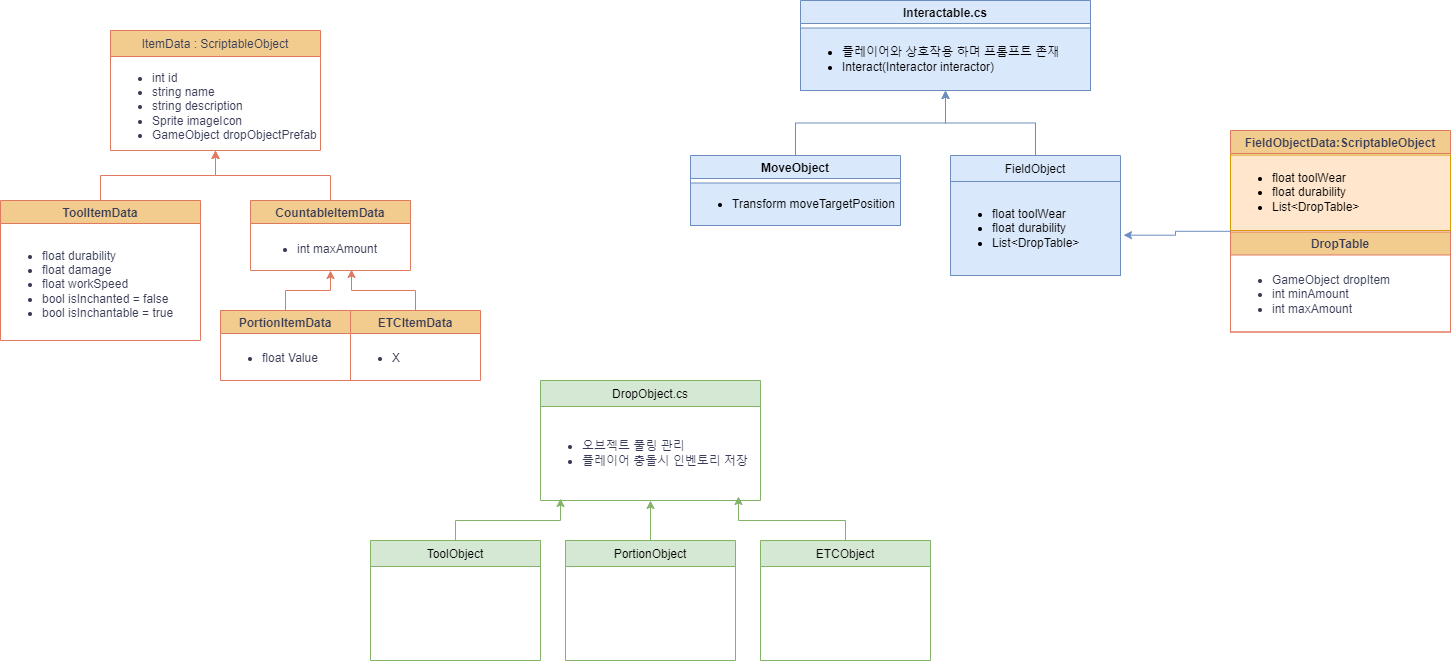
Above: 제목 없는 다이어그램.drawio.png in hae-seung/ddolking (draw.io), before the change. Source tidied: cells renumbered, new cells last; positions are measured from the earlier drawing's top-left corner, leaving out a move shared by most shapes.
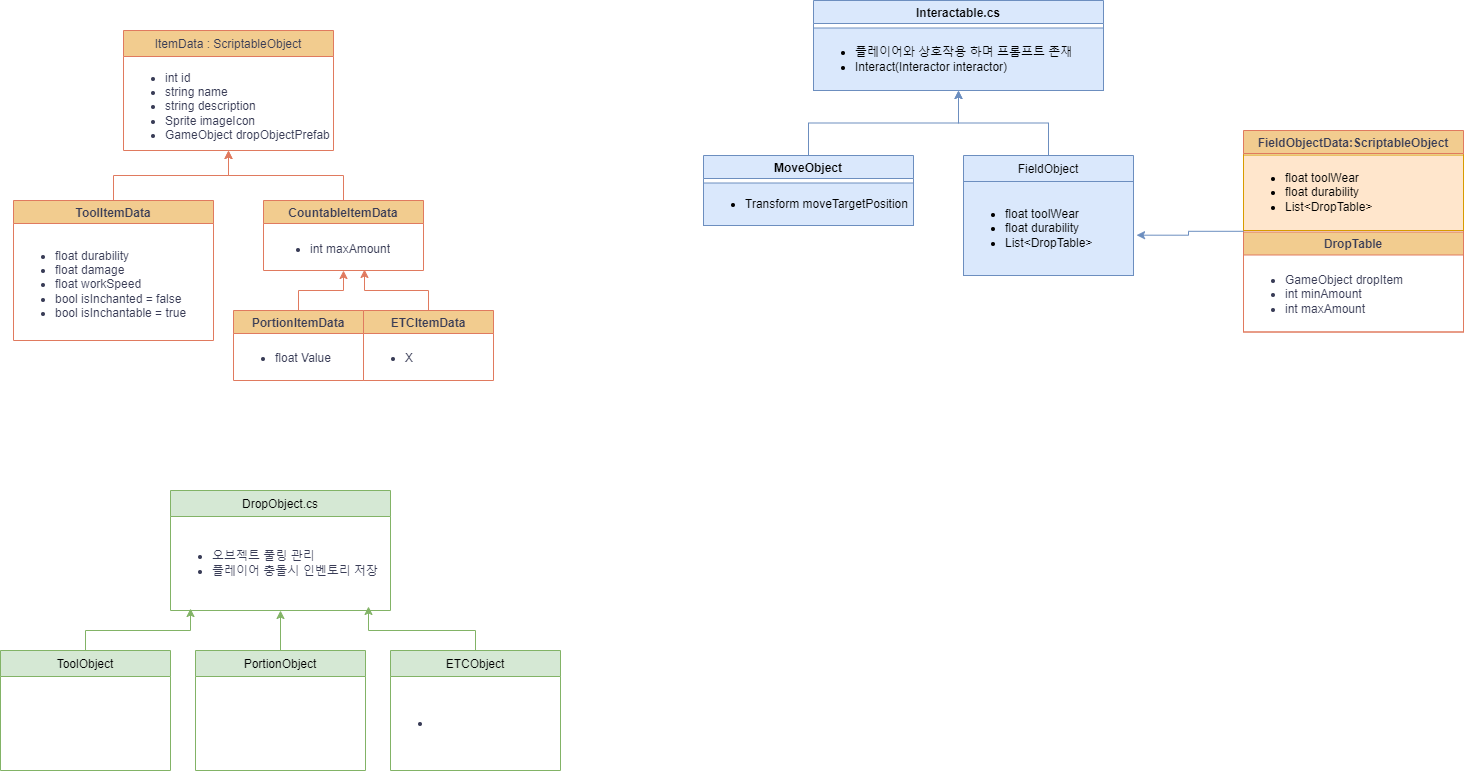
Above is the later version.

Commit message:
제목 없는 다이어그램.drawio.png 업데이트

Change to the diagram source:
```diff
@@ -78,13 +78,13 @@
       <mxGeometry y="27.5" width="290" height="62.5" as="geometry" />
     </mxCell>
     <mxCell id="27" value="DropObject.cs" style="swimlane;fontStyle=0;align=center;verticalAlign=top;horizontal=1;startSize=26;rounded=0;shadow=0;strokeWidth=1;labelBackgroundColor=none;fillColor=#d5e8d4;strokeColor=#82b366;" parent="1" vertex="1">
-      <mxGeometry x="540" y="380" width="220" height="120" as="geometry" />
+      <mxGeometry x="157" y="490" width="220" height="120" as="geometry" />
     </mxCell>
     <mxCell id="28" value="&lt;ul&gt;&lt;li&gt;오브젝트 풀링 관리&lt;/li&gt;&lt;li&gt;플레이어 충돌시 인벤토리 저장&lt;/li&gt;&lt;/ul&gt;" style="text;strokeColor=none;fillColor=none;html=1;whiteSpace=wrap;verticalAlign=middle;overflow=hidden;fontColor=#393C56;" parent="27" vertex="1">
       <mxGeometry y="26" width="220" height="94" as="geometry" />
     </mxCell>
     <mxCell id="29" value="ToolObject" style="swimlane;fontStyle=0;align=center;verticalAlign=top;horizontal=1;startSize=26;rounded=0;shadow=0;strokeWidth=1;labelBackgroundColor=none;fillColor=#d5e8d4;strokeColor=#82b366;" parent="1" vertex="1">
-      <mxGeometry x="370" y="540" width="170" height="120" as="geometry" />
+      <mxGeometry x="-13" y="650" width="170" height="120" as="geometry" />
     </mxCell>
     <mxCell id="30" value="ETCItemData" style="swimlane;strokeColor=#E07A5F;fontColor=#393C56;fillColor=#F2CC8F;" parent="1" vertex="1">
       <mxGeometry x="350" y="310" width="130" height="70" as="geometry" />
@@ -99,11 +99,14 @@
       <mxGeometry relative="1" as="geometry" />
     </mxCell>
     <mxCell id="34" value="PortionObject" style="swimlane;fontStyle=0;align=center;verticalAlign=top;horizontal=1;startSize=26;rounded=0;shadow=0;strokeWidth=1;labelBackgroundColor=none;fillColor=#d5e8d4;strokeColor=#82b366;" parent="1" vertex="1">
-      <mxGeometry x="565" y="540" width="170" height="120" as="geometry" />
+      <mxGeometry x="182" y="650" width="170" height="120" as="geometry" />
     </mxCell>
     <mxCell id="35" value="ETCObject" style="swimlane;fontStyle=0;align=center;verticalAlign=top;horizontal=1;startSize=26;rounded=0;shadow=0;strokeWidth=1;labelBackgroundColor=none;fillColor=#d5e8d4;strokeColor=#82b366;" parent="1" vertex="1">
-      <mxGeometry x="760" y="540" width="170" height="120" as="geometry" />
+      <mxGeometry x="377" y="650" width="170" height="120" as="geometry" />
     </mxCell>
+    <mxCell id="38" value="&lt;ul&gt;&lt;li&gt;&lt;br&gt;&lt;/li&gt;&lt;/ul&gt;" style="text;strokeColor=none;fillColor=none;html=1;whiteSpace=wrap;verticalAlign=middle;overflow=hidden;fontColor=#393C56;" parent="35" vertex="1">
+      <mxGeometry y="26" width="170" height="94" as="geometry" />
+    </mxCell>
     <mxCell id="36" style="edgeStyle=orthogonalEdgeStyle;rounded=0;jettySize=auto;html=1;entryX=0.091;entryY=0.979;entryDx=0;entryDy=0;entryPerimeter=0;strokeColor=#82b366;fontColor=#393C56;fillColor=#d5e8d4;" parent="1" edge="1" source="29" target="28">
       <mxGeometry relative="1" as="geometry" />
     </mxCell>
```
